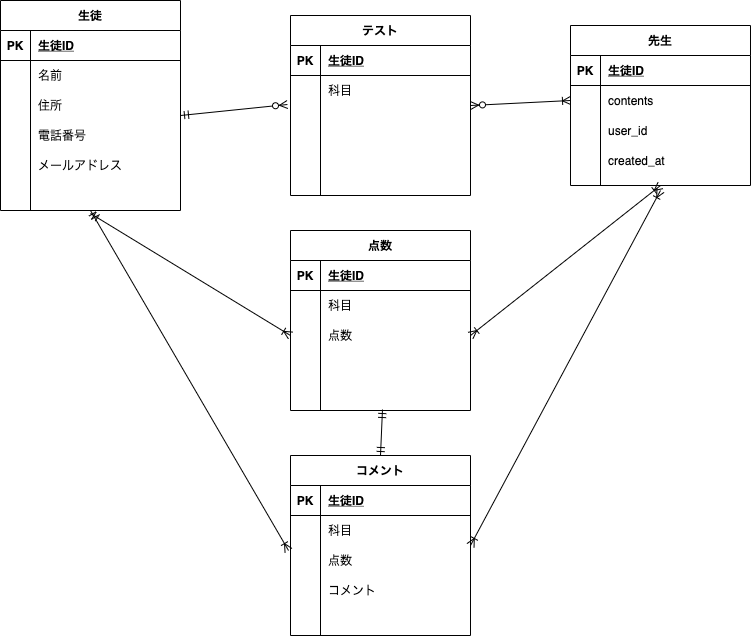
Before: ERtest.drawio.png, a diagram exported from draw.io (Ufaa/DB20210802goto). Source tidied: cells renumbered, new cells last; positions are measured from the earlier drawing's top-left corner, leaving out a move shared by most shapes.
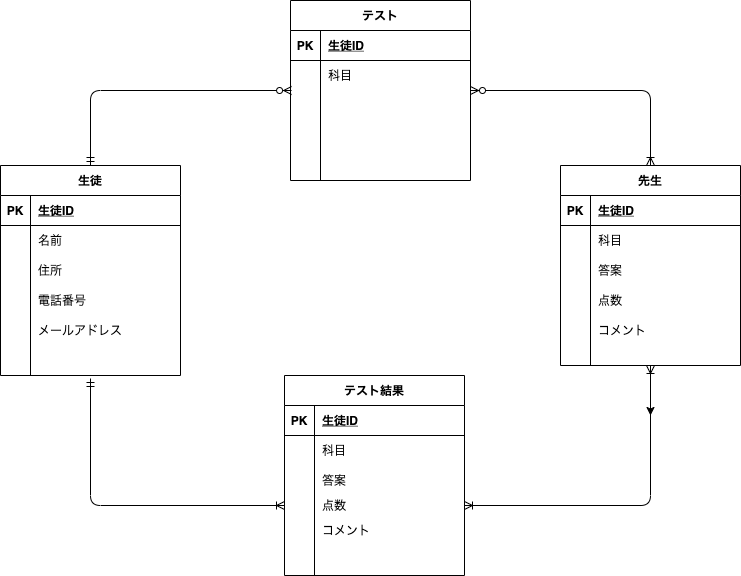
After the commit.

The edit, as a diff of the source:
```diff
@@ -2,8 +2,13 @@
   <root>
     <mxCell id="0" />
     <mxCell id="1" parent="0" />
+    <mxCell id="89" style="edgeStyle=orthogonalEdgeStyle;rounded=0;jettySize=auto;html=1;exitX=0.5;exitY=1;exitDx=0;exitDy=0;fontColor=#FFFFFF;" parent="1" edge="1" source="2">
+      <mxGeometry relative="1" as="geometry">
+        <mxPoint x="650" y="430" as="targetPoint" />
+      </mxGeometry>
+    </mxCell>
     <mxCell id="2" value="先生" style="shape=table;startSize=30;rowLines=0;fontStyle=1;align=center;" parent="1" vertex="1">
-      <mxGeometry x="570" y="25" width="180" height="160" as="geometry" />
+      <mxGeometry x="560" y="180" width="180" height="200" as="geometry" />
     </mxCell>
     <mxCell id="3" style="shape=partialRectangle;fillColor=none;top=0;left=0;bottom=1;right=0;" parent="2" vertex="1">
       <mxGeometry y="30" width="180" height="30" as="geometry" />
@@ -20,7 +25,7 @@
     <mxCell id="7" style="shape=partialRectangle;fillColor=none;top=0;left=0;bottom=0;right=0;overflow=hidden;" parent="6" vertex="1">
       <mxGeometry width="30" height="30" as="geometry" />
     </mxCell>
-    <mxCell id="8" value="contents" style="shape=partialRectangle;fillColor=none;top=0;left=0;bottom=0;right=0;align=left;spacingLeft=6;overflow=hidden;" parent="6" vertex="1">
+    <mxCell id="8" value="科目" style="shape=partialRectangle;fillColor=none;top=0;left=0;bottom=0;right=0;align=left;spacingLeft=6;overflow=hidden;" parent="6" vertex="1">
       <mxGeometry x="30" width="150" height="30" as="geometry" />
     </mxCell>
     <mxCell id="9" style="shape=partialRectangle;fillColor=none;top=0;left=0;bottom=0;right=0;" parent="2" vertex="1">
@@ -29,7 +34,7 @@
     <mxCell id="10" style="shape=partialRectangle;fillColor=none;top=0;left=0;bottom=0;right=0;overflow=hidden;" parent="9" vertex="1">
       <mxGeometry width="30" height="30" as="geometry" />
     </mxCell>
-    <mxCell id="11" value="user_id" style="shape=partialRectangle;fillColor=none;top=0;left=0;bottom=0;right=0;align=left;spacingLeft=6;overflow=hidden;" parent="9" vertex="1">
+    <mxCell id="11" value="答案" style="shape=partialRectangle;fillColor=none;top=0;left=0;bottom=0;right=0;align=left;spacingLeft=6;overflow=hidden;" parent="9" vertex="1">
       <mxGeometry x="30" width="150" height="30" as="geometry" />
     </mxCell>
     <mxCell id="12" style="shape=partialRectangle;fillColor=none;top=0;left=0;bottom=0;right=0;" parent="2" vertex="1">
@@ -38,9 +43,18 @@
     <mxCell id="13" style="shape=partialRectangle;fillColor=none;top=0;left=0;bottom=0;right=0;overflow=hidden;" parent="12" vertex="1">
       <mxGeometry width="30" height="30" as="geometry" />
     </mxCell>
-    <mxCell id="14" value="created_at" style="shape=partialRectangle;fillColor=none;top=0;left=0;bottom=0;right=0;align=left;spacingLeft=6;overflow=hidden;" parent="12" vertex="1">
+    <mxCell id="14" value="点数" style="shape=partialRectangle;fillColor=none;top=0;left=0;bottom=0;right=0;align=left;spacingLeft=6;overflow=hidden;" parent="12" vertex="1">
       <mxGeometry x="30" width="150" height="30" as="geometry" />
     </mxCell>
+    <mxCell id="79" style="shape=partialRectangle;fillColor=none;top=0;left=0;bottom=0;right=0;" parent="2" vertex="1">
+      <mxGeometry y="150" width="180" height="30" as="geometry" />
+    </mxCell>
+    <mxCell id="90" style="shape=partialRectangle;fillColor=none;top=0;left=0;bottom=0;right=0;overflow=hidden;" parent="79" vertex="1">
+      <mxGeometry width="30" height="30" as="geometry" />
+    </mxCell>
+    <mxCell id="78" value="コメント" style="shape=partialRectangle;fillColor=none;top=0;left=0;bottom=0;right=0;align=left;spacingLeft=6;overflow=hidden;" parent="79" vertex="1">
+      <mxGeometry x="30" width="150" height="30" as="geometry" />
+    </mxCell>
     <mxCell id="15" value="テスト" style="shape=table;startSize=30;rowLines=0;fontStyle=1;align=center;" parent="1" vertex="1">
       <mxGeometry x="290" y="15" width="180" height="180" as="geometry" />
     </mxCell>
@@ -90,7 +104,7 @@
       <mxGeometry x="30" width="150" height="30" as="geometry" />
     </mxCell>
     <mxCell id="31" value="生徒" style="shape=table;startSize=30;rowLines=0;fontStyle=1;align=center;" parent="1" vertex="1">
-      <mxGeometry width="180" height="210" as="geometry" />
+      <mxGeometry y="180" width="180" height="210" as="geometry" />
     </mxCell>
     <mxCell id="32" style="shape=partialRectangle;fillColor=none;top=0;left=0;bottom=1;right=0;" parent="31" vertex="1">
       <mxGeometry y="30" width="180" height="30" as="geometry" />
@@ -146,8 +160,8 @@
     <mxCell id="49" style="shape=partialRectangle;fillColor=none;top=0;left=0;bottom=0;right=0;align=left;spacingLeft=6;overflow=hidden;" parent="47" vertex="1">
       <mxGeometry x="30" width="150" height="30" as="geometry" />
     </mxCell>
-    <mxCell id="50" value="点数" style="shape=table;startSize=30;rowLines=0;fontStyle=1;align=center;" parent="1" vertex="1">
-      <mxGeometry x="290" y="230" width="180" height="180" as="geometry" />
+    <mxCell id="50" value="テスト結果" style="shape=table;startSize=30;rowLines=0;fontStyle=1;align=center;" parent="1" vertex="1">
+      <mxGeometry x="284" y="390" width="180" height="200" as="geometry" />
     </mxCell>
     <mxCell id="51" style="shape=partialRectangle;fillColor=none;top=0;left=0;bottom=1;right=0;" parent="50" vertex="1">
       <mxGeometry y="30" width="180" height="30" as="geometry" />
@@ -167,26 +181,35 @@
     <mxCell id="56" value="科目" style="shape=partialRectangle;fillColor=none;top=0;left=0;bottom=0;right=0;align=left;spacingLeft=6;overflow=hidden;" parent="54" vertex="1">
       <mxGeometry x="30" width="150" height="30" as="geometry" />
     </mxCell>
+    <mxCell id="73" style="shape=partialRectangle;fillColor=none;top=0;left=0;bottom=0;right=0;points=[[0,0.5],[1,0.5]];portConstraint=eastwest;" parent="50" vertex="1">
+      <mxGeometry y="90" width="180" height="30" as="geometry" />
+    </mxCell>
+    <mxCell id="91" style="shape=partialRectangle;fillColor=none;top=0;left=0;bottom=0;right=0;overflow=hidden;" parent="73" vertex="1">
+      <mxGeometry width="30" height="30" as="geometry" />
+    </mxCell>
+    <mxCell id="92" value="答案" style="shape=partialRectangle;fillColor=none;top=0;left=0;bottom=0;right=0;align=left;spacingLeft=6;overflow=hidden;" parent="73" vertex="1">
+      <mxGeometry x="30" width="150" height="30" as="geometry" />
+    </mxCell>
     <mxCell id="57" style="shape=partialRectangle;fillColor=none;top=0;left=0;bottom=0;right=0;points=[[0,0.5],[1,0.5]];portConstraint=eastwest;" parent="50" vertex="1">
-      <mxGeometry y="90" width="180" height="30" as="geometry" />
+      <mxGeometry y="120" width="180" height="20" as="geometry" />
     </mxCell>
     <mxCell id="58" style="shape=partialRectangle;fillColor=none;top=0;left=0;bottom=0;right=0;overflow=hidden;" parent="57" vertex="1">
-      <mxGeometry width="30" height="30" as="geometry" />
+      <mxGeometry width="30" height="20" as="geometry" />
     </mxCell>
     <mxCell id="59" value="点数" style="shape=partialRectangle;fillColor=none;top=0;left=0;bottom=0;right=0;align=left;spacingLeft=6;overflow=hidden;" parent="57" vertex="1">
-      <mxGeometry x="30" width="150" height="30" as="geometry" />
+      <mxGeometry x="30" width="150" height="20" as="geometry" />
     </mxCell>
     <mxCell id="60" style="shape=partialRectangle;fillColor=none;top=0;left=0;bottom=0;right=0;" parent="50" vertex="1">
-      <mxGeometry y="120" width="180" height="30" as="geometry" />
+      <mxGeometry y="140" width="180" height="30" as="geometry" />
     </mxCell>
     <mxCell id="61" style="shape=partialRectangle;fillColor=none;top=0;left=0;bottom=0;right=0;overflow=hidden;" parent="60" vertex="1">
       <mxGeometry width="30" height="30" as="geometry" />
     </mxCell>
-    <mxCell id="62" style="shape=partialRectangle;fillColor=none;top=0;left=0;bottom=0;right=0;align=left;spacingLeft=6;overflow=hidden;" parent="60" vertex="1">
+    <mxCell id="62" value="コメント" style="shape=partialRectangle;fillColor=none;top=0;left=0;bottom=0;right=0;align=left;spacingLeft=6;overflow=hidden;" parent="60" vertex="1">
       <mxGeometry x="30" width="150" height="30" as="geometry" />
     </mxCell>
     <mxCell id="63" style="shape=partialRectangle;fillColor=none;top=0;left=0;bottom=0;right=0;points=[[0,0.5],[1,0.5]];portConstraint=eastwest;" parent="50" vertex="1">
-      <mxGeometry y="150" width="180" height="30" as="geometry" />
+      <mxGeometry y="170" width="180" height="30" as="geometry" />
     </mxCell>
     <mxCell id="64" style="shape=partialRectangle;fillColor=none;top=0;left=0;bottom=0;right=0;overflow=hidden;" parent="63" vertex="1">
       <mxGeometry width="30" height="30" as="geometry" />
@@ -194,83 +217,34 @@
     <mxCell id="65" style="shape=partialRectangle;fillColor=none;top=0;left=0;bottom=0;right=0;align=left;spacingLeft=6;overflow=hidden;" parent="63" vertex="1">
       <mxGeometry x="30" width="150" height="30" as="geometry" />
     </mxCell>
-    <mxCell id="66" value="コメント" style="shape=table;startSize=30;rowLines=0;fontStyle=1;align=center;" parent="1" vertex="1">
-      <mxGeometry x="290" y="455" width="180" height="180" as="geometry" />
-    </mxCell>
-    <mxCell id="67" style="shape=partialRectangle;fillColor=none;top=0;left=0;bottom=1;right=0;" parent="66" vertex="1">
-      <mxGeometry y="30" width="180" height="30" as="geometry" />
-    </mxCell>
-    <mxCell id="68" value="PK" style="shape=partialRectangle;fillColor=none;top=0;left=0;bottom=0;right=0;fontStyle=1;overflow=hidden;" parent="67" vertex="1">
-      <mxGeometry width="30" height="30" as="geometry" />
-    </mxCell>
-    <mxCell id="69" value="生徒ID" style="shape=partialRectangle;fillColor=none;top=0;left=0;bottom=0;right=0;align=left;spacingLeft=6;fontStyle=5;overflow=hidden;" parent="67" vertex="1">
-      <mxGeometry x="30" width="150" height="30" as="geometry" />
-    </mxCell>
-    <mxCell id="70" style="shape=partialRectangle;fillColor=none;top=0;left=0;bottom=0;right=0;" parent="66" vertex="1">
-      <mxGeometry y="60" width="180" height="30" as="geometry" />
-    </mxCell>
-    <mxCell id="71" style="shape=partialRectangle;fillColor=none;top=0;left=0;bottom=0;right=0;overflow=hidden;" parent="70" vertex="1">
-      <mxGeometry width="30" height="30" as="geometry" />
-    </mxCell>
-    <mxCell id="72" value="科目" style="shape=partialRectangle;fillColor=none;top=0;left=0;bottom=0;right=0;align=left;spacingLeft=6;overflow=hidden;" parent="70" vertex="1">
-      <mxGeometry x="30" width="150" height="30" as="geometry" />
-    </mxCell>
-    <mxCell id="73" style="shape=partialRectangle;fillColor=none;top=0;left=0;bottom=0;right=0;points=[[0,0.5],[1,0.5]];portConstraint=eastwest;" parent="66" vertex="1">
-      <mxGeometry y="90" width="180" height="30" as="geometry" />
-    </mxCell>
-    <mxCell id="74" style="shape=partialRectangle;fillColor=none;top=0;left=0;bottom=0;right=0;overflow=hidden;" parent="73" vertex="1">
-      <mxGeometry width="30" height="30" as="geometry" />
-    </mxCell>
-    <mxCell id="75" value="点数" style="shape=partialRectangle;fillColor=none;top=0;left=0;bottom=0;right=0;align=left;spacingLeft=6;overflow=hidden;" parent="73" vertex="1">
-      <mxGeometry x="30" width="150" height="30" as="geometry" />
-    </mxCell>
-    <mxCell id="76" style="shape=partialRectangle;fillColor=none;top=0;left=0;bottom=0;right=0;" parent="66" vertex="1">
-      <mxGeometry y="120" width="180" height="30" as="geometry" />
-    </mxCell>
-    <mxCell id="77" style="shape=partialRectangle;fillColor=none;top=0;left=0;bottom=0;right=0;overflow=hidden;" parent="76" vertex="1">
-      <mxGeometry width="30" height="30" as="geometry" />
-    </mxCell>
-    <mxCell id="78" value="コメント" style="shape=partialRectangle;fillColor=none;top=0;left=0;bottom=0;right=0;align=left;spacingLeft=6;overflow=hidden;" parent="76" vertex="1">
-      <mxGeometry x="30" width="150" height="30" as="geometry" />
-    </mxCell>
-    <mxCell id="79" style="shape=partialRectangle;fillColor=none;top=0;left=0;bottom=0;right=0;" parent="66" vertex="1">
-      <mxGeometry y="150" width="180" height="30" as="geometry" />
-    </mxCell>
-    <mxCell id="80" style="shape=partialRectangle;fillColor=none;top=0;left=0;bottom=0;right=0;overflow=hidden;" parent="79" vertex="1">
-      <mxGeometry width="30" height="30" as="geometry" />
-    </mxCell>
-    <mxCell id="81" style="shape=partialRectangle;fillColor=none;top=0;left=0;bottom=0;right=0;align=left;spacingLeft=6;overflow=hidden;" parent="79" vertex="1">
-      <mxGeometry x="30" width="150" height="30" as="geometry" />
-    </mxCell>
-    <mxCell id="82" style="fontSize=12;html=1;endArrow=ERzeroToMany;startArrow=ERmandOne;entryX=-0.017;entryY=-0.033;entryDx=0;entryDy=0;entryPerimeter=0;" parent="1" edge="1" target="22">
+    <mxCell id="82" style="fontSize=12;html=1;endArrow=ERzeroToMany;startArrow=ERmandOne;exitX=0.5;exitY=0;exitDx=0;exitDy=0;edgeStyle=orthogonalEdgeStyle;entryX=0.006;entryY=1;entryDx=0;entryDy=0;entryPerimeter=0;" parent="1" edge="1" source="31" target="19">
       <mxGeometry relative="1" as="geometry">
-        <mxPoint x="180" y="115" as="sourcePoint" />
+        <Array as="points">
+          <mxPoint x="90" y="105" />
+        </Array>
       </mxGeometry>
     </mxCell>
-    <mxCell id="83" style="fontSize=12;html=1;endArrow=ERoneToMany;startArrow=ERzeroToMany;entryX=0;entryY=0.5;entryDx=0;entryDy=0;" parent="1" edge="1" target="6">
+    <mxCell id="83" style="fontSize=12;html=1;endArrow=ERoneToMany;startArrow=ERzeroToMany;entryX=0.5;entryY=0;entryDx=0;entryDy=0;edgeStyle=orthogonalEdgeStyle;" parent="1" edge="1" target="2">
       <mxGeometry relative="1" as="geometry">
         <mxPoint x="470" y="105" as="sourcePoint" />
+        <Array as="points">
+          <mxPoint x="650" y="105" />
+        </Array>
       </mxGeometry>
     </mxCell>
-    <mxCell id="84" style="fontSize=12;html=1;endArrow=ERoneToMany;startArrow=ERoneToMany;entryX=0.5;entryY=1;entryDx=0;entryDy=0;exitX=1;exitY=0.5;exitDx=0;exitDy=0;" parent="1" edge="1" source="57" target="2">
-      <mxGeometry relative="1" as="geometry" />
+    <mxCell id="84" style="fontSize=12;html=1;endArrow=ERoneToMany;startArrow=ERoneToMany;entryX=0.5;entryY=1;entryDx=0;entryDy=0;exitX=1;exitY=0.5;exitDx=0;exitDy=0;edgeStyle=orthogonalEdgeStyle;" parent="1" edge="1" source="57" target="2">
+      <mxGeometry relative="1" as="geometry">
+        <Array as="points">
+          <mxPoint x="650" y="520" />
+        </Array>
+      </mxGeometry>
     </mxCell>
-    <mxCell id="85" style="fontSize=12;html=1;endArrow=ERoneToMany;startArrow=ERoneToMany;" parent="1" edge="1">
-      <mxGeometry relative="1" as="geometry">
-        <mxPoint x="470" y="545" as="sourcePoint" />
-        <mxPoint x="660" y="190" as="targetPoint" />
-      </mxGeometry>
-    </mxCell>
-    <mxCell id="86" style="fontSize=12;html=1;endArrow=ERoneToMany;startArrow=ERmandOne;entryX=0;entryY=0.5;entryDx=0;entryDy=0;exitX=0.5;exitY=1.1;exitDx=0;exitDy=0;exitPerimeter=0;" parent="1" edge="1" source="47" target="57">
-      <mxGeometry relative="1" as="geometry" />
+    <mxCell id="86" style="fontSize=12;html=1;endArrow=ERoneToMany;startArrow=ERmandOne;entryX=0;entryY=0.5;entryDx=0;entryDy=0;exitX=0.5;exitY=1.1;exitDx=0;exitDy=0;exitPerimeter=0;edgeStyle=orthogonalEdgeStyle;" parent="1" edge="1" source="47" target="57">
+      <mxGeometry relative="1" as="geometry">
+        <Array as="points">
+          <mxPoint x="90" y="520" />
+        </Array>
+      </mxGeometry>
     </mxCell>
-    <mxCell id="87" style="fontSize=12;html=1;endArrow=ERoneToMany;startArrow=ERmandOne;entryX=-0.011;entryY=0.167;entryDx=0;entryDy=0;entryPerimeter=0;" parent="1" edge="1" target="73">
-      <mxGeometry relative="1" as="geometry">
-        <mxPoint x="90" y="210" as="sourcePoint" />
-      </mxGeometry>
-    </mxCell>
-    <mxCell id="88" style="fontSize=12;html=1;endArrow=ERmandOne;startArrow=ERmandOne;exitX=0.511;exitY=0.967;exitDx=0;exitDy=0;exitPerimeter=0;entryX=0.5;entryY=0;entryDx=0;entryDy=0;" parent="1" edge="1" source="63" target="66">
-      <mxGeometry relative="1" as="geometry" />
-    </mxCell>
   </root>
 </mxGraphModel>
```
